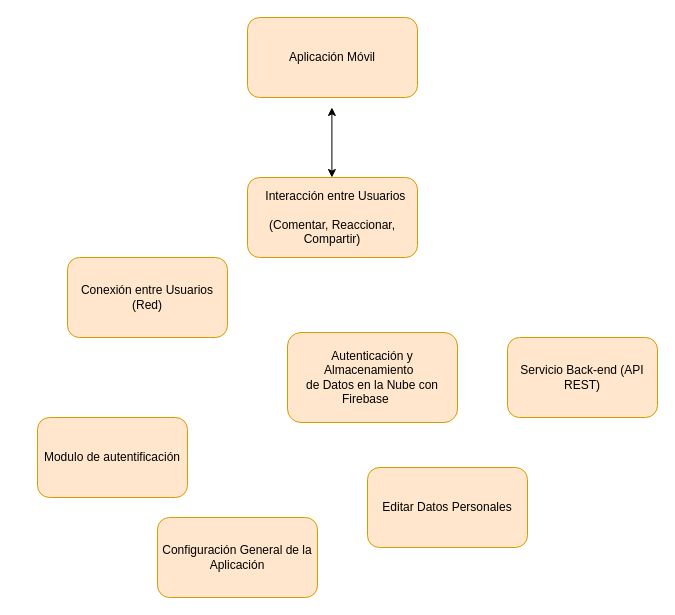
Before: Diagrama modulos.drawio in AGEJH/Portafolio-Ingeniero, a draw.io diagram. Source tidied: cells renumbered, new cells numbered last; positions are measured from the earlier drawing's top-left corner, leaving out a move shared by most shapes. Both pictures are drawn from the tidied source at 100%, with x=0, y=0 at pixel (37, 17).
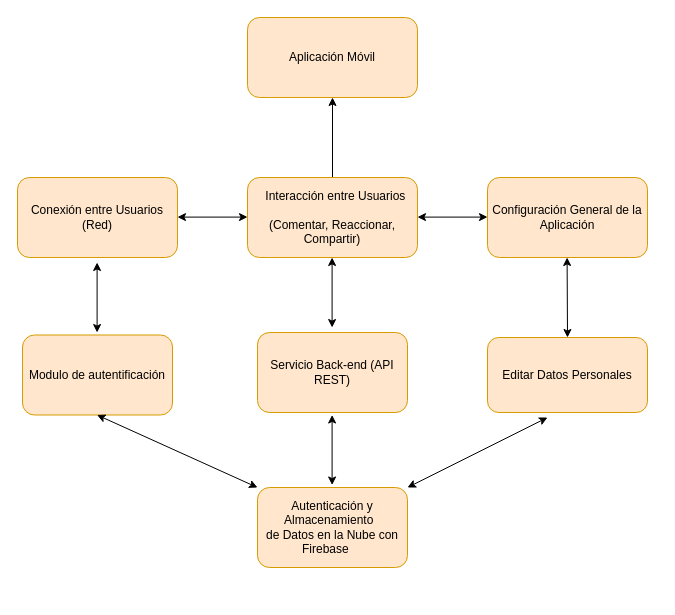
After the change.

Unchanged cells that the change refers to:
```xml
<mxCell id="2" value="Aplicación Móvil" style="rounded=1;whiteSpace=wrap;html=1;fillColor=#ffe6cc;strokeColor=#d79b00;" parent="1" vertex="1">
  <mxGeometry x="210" width="170" height="80" as="geometry" />
</mxCell>
<mxCell id="7" value="&lt;div style=&quot;&quot;&gt;&amp;nbsp; &amp;nbsp; &amp;nbsp;Interacción entre Usuarios&amp;nbsp; &amp;nbsp; &amp;nbsp; &amp;nbsp; &amp;nbsp; &amp;nbsp;&lt;/div&gt;&lt;div style=&quot;&quot;&gt;(Comentar, Reaccionar, Compartir)&lt;/div&gt;" style="rounded=1;whiteSpace=wrap;html=1;align=center;fillColor=#ffe6cc;strokeColor=#d79b00;" parent="1" vertex="1">
  <mxGeometry x="210" y="160" width="170" height="80" as="geometry" />
</mxCell>
```

The edit, as a diff of the source:
```diff
@@
     <mxCell id="3" value="Modulo de autentificación" style="rounded=1;whiteSpace=wrap;html=1;fillColor=#ffe6cc;strokeColor=#d79b00;imageHeight=24;" parent="1" vertex="1">
-      <mxGeometry y="400" width="150" height="80" as="geometry" />
+      <mxGeometry x="-15" y="317.5" width="150" height="80" as="geometry" />
     </mxCell>
     <mxCell id="4" value="Servicio Back-end (API REST)" style="rounded=1;whiteSpace=wrap;html=1;fillColor=#ffe6cc;strokeColor=#d79b00;" parent="1" vertex="1">
-      <mxGeometry x="470" y="320" width="150" height="80" as="geometry" />
+      <mxGeometry x="220" y="315" width="150" height="80" as="geometry" />
     </mxCell>
     <mxCell id="5" value="&lt;div&gt;Autenticación y Almacenamiento&amp;nbsp;&amp;nbsp;&lt;/div&gt;&lt;div&gt;de Datos en la Nube con Firebase&amp;nbsp; &amp;nbsp;&amp;nbsp;&lt;/div&gt;" style="rounded=1;whiteSpace=wrap;html=1;fillColor=#ffe6cc;strokeColor=#d79b00;" parent="1" vertex="1">
-      <mxGeometry x="250" y="315" width="170" height="90" as="geometry" />
+      <mxGeometry x="220" y="470" width="150" height="80" as="geometry" />
     </mxCell>
     <mxCell id="6" value="Conexión entre Usuarios (Red)" style="rounded=1;whiteSpace=wrap;html=1;fillColor=#ffe6cc;strokeColor=#d79b00;" parent="1" vertex="1">
-      <mxGeometry x="30" y="240" width="160" height="80" as="geometry" />
+      <mxGeometry x="-20" y="160" width="160" height="80" as="geometry" />
     </mxCell>
+    <mxCell id="11" style="edgeStyle=orthogonalEdgeStyle;rounded=0;jettySize=auto;html=1;" parent="1" edge="1" source="7" target="2">
+      <mxGeometry relative="1" as="geometry" />
+    </mxCell>
@@
     <mxCell id="8" value="Editar Datos Personales" style="rounded=1;whiteSpace=wrap;html=1;fillColor=#ffe6cc;strokeColor=#d79b00;" parent="1" vertex="1">
-      <mxGeometry x="330" y="450" width="160" height="80" as="geometry" />
+      <mxGeometry x="450" y="320" width="160" height="75" as="geometry" />
     </mxCell>
     <mxCell id="9" value="Configuración General de la Aplicación" style="rounded=1;whiteSpace=wrap;html=1;fillColor=#ffe6cc;strokeColor=#d79b00;" parent="1" vertex="1">
-      <mxGeometry x="120" y="500" width="160" height="80" as="geometry" />
+      <mxGeometry x="450" y="160" width="160" height="80" as="geometry" />
     </mxCell>
     <mxCell id="10" style="endArrow=classic;startArrow=classic;html=1;rounded=0;" parent="1" edge="1">
       <mxGeometry relative="1" as="geometry">
-        <mxPoint x="294.4" y="160" as="sourcePoint" />
-        <mxPoint x="294.4" y="90" as="targetPoint" />
+        <mxPoint x="294.6" y="310" as="sourcePoint" />
+        <mxPoint x="294.6" y="240" as="targetPoint" />
       </mxGeometry>
     </mxCell>
+    <mxCell id="12" style="endArrow=classic;startArrow=classic;html=1;rounded=0;" parent="1" edge="1">
+      <mxGeometry relative="1" as="geometry">
+        <mxPoint x="140" y="199.6" as="sourcePoint" />
+        <mxPoint x="210" y="199.6" as="targetPoint" />
+      </mxGeometry>
+    </mxCell>
+    <mxCell id="13" style="endArrow=classic;startArrow=classic;html=1;rounded=0;" parent="1" edge="1">
+      <mxGeometry relative="1" as="geometry">
+        <mxPoint x="380" y="199.6" as="sourcePoint" />
+        <mxPoint x="450" y="199.6" as="targetPoint" />
+      </mxGeometry>
+    </mxCell>
+    <mxCell id="14" style="endArrow=classic;startArrow=classic;html=1;rounded=0;exitX=0.5;exitY=0;exitDx=0;exitDy=0;" parent="1" edge="1" source="8">
+      <mxGeometry relative="1" as="geometry">
+        <mxPoint x="529.6" y="240" as="targetPoint" />
+      </mxGeometry>
+    </mxCell>
+    <mxCell id="15" style="endArrow=classic;startArrow=classic;html=1;rounded=0;entryX=0;entryY=0;entryDx=0;entryDy=0;" parent="1" edge="1" target="5">
+      <mxGeometry relative="1" as="geometry">
+        <mxPoint x="59.6" y="397.5" as="sourcePoint" />
+      </mxGeometry>
+    </mxCell>
+    <mxCell id="16" style="endArrow=classic;startArrow=classic;html=1;rounded=0;" parent="1" edge="1">
+      <mxGeometry relative="1" as="geometry">
+        <mxPoint x="294.6" y="467.5" as="sourcePoint" />
+        <mxPoint x="294.6" y="397.5" as="targetPoint" />
+      </mxGeometry>
+    </mxCell>
+    <mxCell id="17" style="endArrow=classic;startArrow=classic;html=1;rounded=0;" parent="1" edge="1">
+      <mxGeometry relative="1" as="geometry">
+        <mxPoint x="370" y="470" as="sourcePoint" />
+        <mxPoint x="510" y="400" as="targetPoint" />
+      </mxGeometry>
+    </mxCell>
+    <mxCell id="18" style="endArrow=classic;startArrow=classic;html=1;rounded=0;" parent="1" edge="1">
+      <mxGeometry relative="1" as="geometry">
+        <mxPoint x="59.6" y="315" as="sourcePoint" />
+        <mxPoint x="59.6" y="245" as="targetPoint" />
+      </mxGeometry>
+    </mxCell>
```
